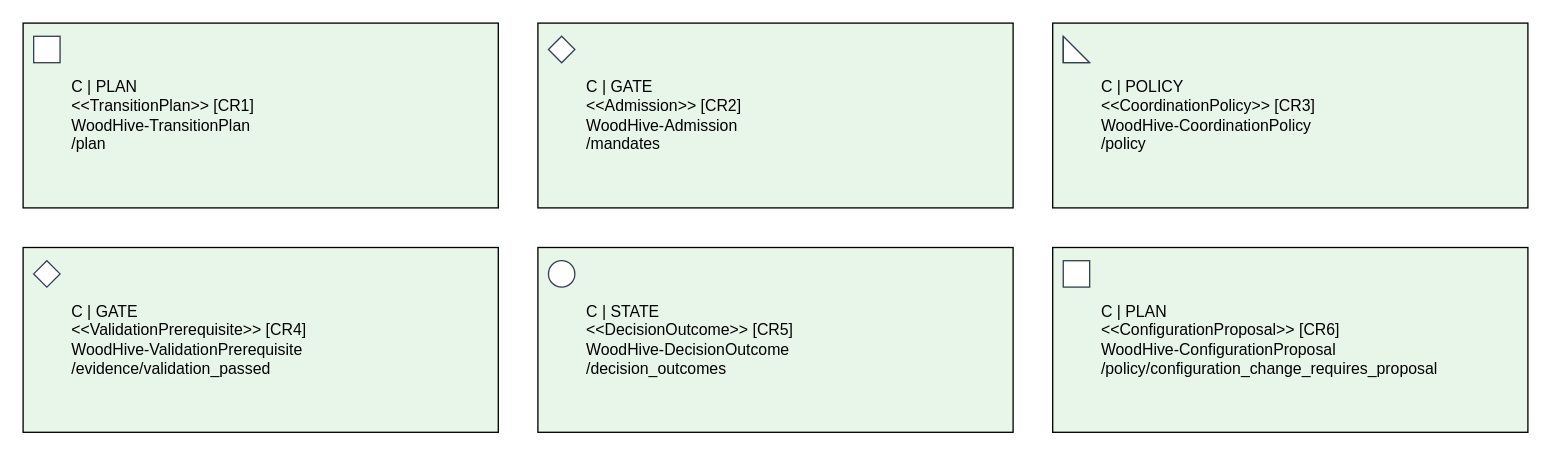
Earlier version of the draw.io diagram reproducibility/paper-b/models/extended-views/Coordination.drawio (alexbafana/MKM-POL21-2025). Source tidied: cells renumbered, new cells numbered last; positions are measured from the earlier drawing's top-left corner, leaving out a move shared by most shapes. Both pictures are drawn from the tidied source at 132%, with x=0, y=0 at pixel (22, 22).
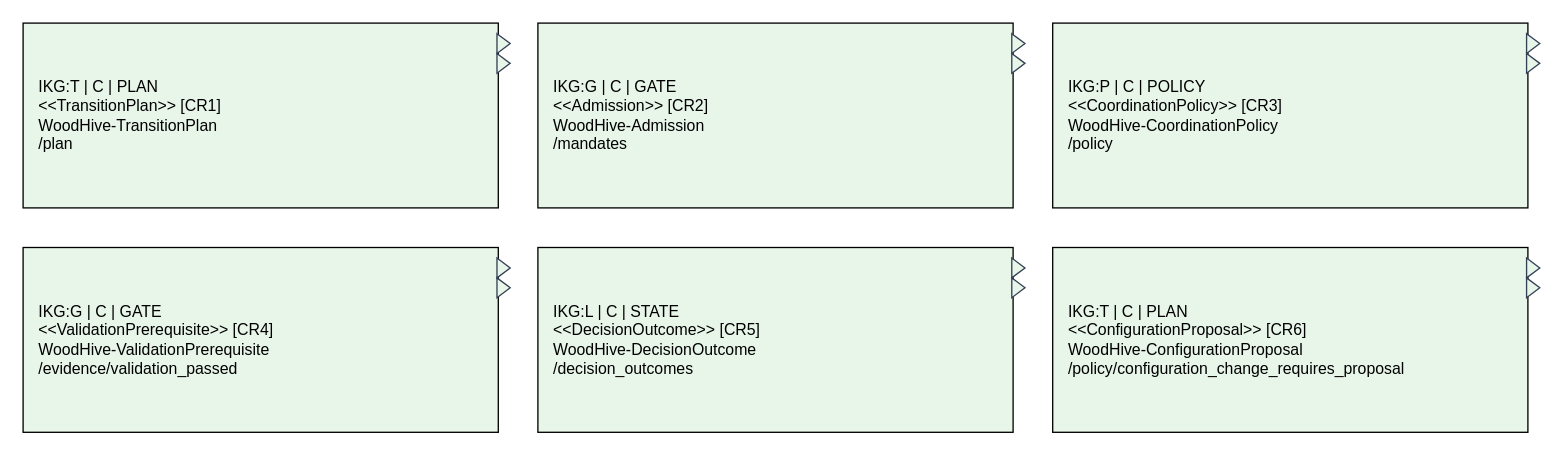
After the change.

Diff of the diagram source:
```diff
@@
 <mxGraphModel>
   <root>
     <mxCell id="0" />
     <mxCell id="1" parent="0" />
-    <mxCell id="2" value="C | PLAN&#10;&lt;&lt;TransitionPlan&gt;&gt; [CR1]&#10;WoodHive-TransitionPlan&#10;/plan" style="rounded=0;whiteSpace=wrap;html=0;align=left;spacingLeft=35;fillColor=#e8f5e9;" parent="1" vertex="1">
+    <mxCell id="2" value="IKG:T | C | PLAN&#10;&lt;&lt;TransitionPlan&gt;&gt; [CR1]&#10;WoodHive-TransitionPlan&#10;/plan" style="rounded=0;whiteSpace=wrap;html=0;align=left;spacingLeft=10;fillColor=#e8f5e9;" parent="1" vertex="1">
       <mxGeometry width="360" height="140" as="geometry" />
     </mxCell>
-    <mxCell id="3" style="shape=rectangle;fillColor=#ffffff;strokeColor=#334155;" parent="2" vertex="1">
-      <mxGeometry x="8" y="10" width="20" height="20" as="geometry" />
-    </mxCell>
+    <mxCell id="14" style="shape=triangle;direction=east;fillColor=#e8f5e9;strokeColor=#334155;" parent="2" vertex="1">
+      <mxGeometry x="359" y="8" width="10" height="15" as="geometry" />
+    </mxCell>
+    <mxCell id="15" style="shape=triangle;direction=east;fillColor=#e8f5e9;strokeColor=#334155;" parent="2" vertex="1">
+      <mxGeometry x="359" y="23" width="10" height="15" as="geometry" />
+    </mxCell>
-    <mxCell id="4" value="C | GATE&#10;&lt;&lt;Admission&gt;&gt; [CR2]&#10;WoodHive-Admission&#10;/mandates" style="rounded=0;whiteSpace=wrap;html=0;align=left;spacingLeft=35;fillColor=#e8f5e9;" parent="1" vertex="1">
+    <mxCell id="4" value="IKG:G | C | GATE&#10;&lt;&lt;Admission&gt;&gt; [CR2]&#10;WoodHive-Admission&#10;/mandates" style="rounded=0;whiteSpace=wrap;html=0;align=left;spacingLeft=10;fillColor=#e8f5e9;" parent="1" vertex="1">
       <mxGeometry x="390" width="360" height="140" as="geometry" />
     </mxCell>
-    <mxCell id="5" style="shape=rhombus;fillColor=#ffffff;strokeColor=#334155;" parent="4" vertex="1">
-      <mxGeometry x="8" y="10" width="20" height="20" as="geometry" />
-    </mxCell>
+    <mxCell id="16" style="shape=triangle;direction=east;fillColor=#e8f5e9;strokeColor=#334155;" parent="4" vertex="1">
+      <mxGeometry x="359" y="8" width="10" height="15" as="geometry" />
+    </mxCell>
+    <mxCell id="17" style="shape=triangle;direction=east;fillColor=#e8f5e9;strokeColor=#334155;" parent="4" vertex="1">
+      <mxGeometry x="359" y="23" width="10" height="15" as="geometry" />
+    </mxCell>
-    <mxCell id="6" value="C | POLICY&#10;&lt;&lt;CoordinationPolicy&gt;&gt; [CR3]&#10;WoodHive-CoordinationPolicy&#10;/policy" style="rounded=0;whiteSpace=wrap;html=0;align=left;spacingLeft=35;fillColor=#e8f5e9;" parent="1" vertex="1">
+    <mxCell id="6" value="IKG:P | C | POLICY&#10;&lt;&lt;CoordinationPolicy&gt;&gt; [CR3]&#10;WoodHive-CoordinationPolicy&#10;/policy" style="rounded=0;whiteSpace=wrap;html=0;align=left;spacingLeft=10;fillColor=#e8f5e9;" parent="1" vertex="1">
       <mxGeometry x="780" width="360" height="140" as="geometry" />
     </mxCell>
-    <mxCell id="7" style="shape=note;fillColor=#ffffff;strokeColor=#334155;" parent="6" vertex="1">
-      <mxGeometry x="8" y="10" width="20" height="20" as="geometry" />
-    </mxCell>
+    <mxCell id="18" style="shape=triangle;direction=east;fillColor=#e8f5e9;strokeColor=#334155;" parent="6" vertex="1">
+      <mxGeometry x="359" y="8" width="10" height="15" as="geometry" />
+    </mxCell>
+    <mxCell id="19" style="shape=triangle;direction=east;fillColor=#e8f5e9;strokeColor=#334155;" parent="6" vertex="1">
+      <mxGeometry x="359" y="23" width="10" height="15" as="geometry" />
+    </mxCell>
-    <mxCell id="8" value="C | GATE&#10;&lt;&lt;ValidationPrerequisite&gt;&gt; [CR4]&#10;WoodHive-ValidationPrerequisite&#10;/evidence/validation_passed" style="rounded=0;whiteSpace=wrap;html=0;align=left;spacingLeft=35;fillColor=#e8f5e9;" parent="1" vertex="1">
+    <mxCell id="8" value="IKG:G | C | GATE&#10;&lt;&lt;ValidationPrerequisite&gt;&gt; [CR4]&#10;WoodHive-ValidationPrerequisite&#10;/evidence/validation_passed" style="rounded=0;whiteSpace=wrap;html=0;align=left;spacingLeft=10;fillColor=#e8f5e9;" parent="1" vertex="1">
       <mxGeometry y="170" width="360" height="140" as="geometry" />
     </mxCell>
-    <mxCell id="9" style="shape=rhombus;fillColor=#ffffff;strokeColor=#334155;" parent="8" vertex="1">
-      <mxGeometry x="8" y="10" width="20" height="20" as="geometry" />
-    </mxCell>
+    <mxCell id="20" style="shape=triangle;direction=east;fillColor=#e8f5e9;strokeColor=#334155;" parent="8" vertex="1">
+      <mxGeometry x="359" y="8" width="10" height="15" as="geometry" />
+    </mxCell>
+    <mxCell id="21" style="shape=triangle;direction=east;fillColor=#e8f5e9;strokeColor=#334155;" parent="8" vertex="1">
+      <mxGeometry x="359" y="23" width="10" height="15" as="geometry" />
+    </mxCell>
-    <mxCell id="10" value="C | STATE&#10;&lt;&lt;DecisionOutcome&gt;&gt; [CR5]&#10;WoodHive-DecisionOutcome&#10;/decision_outcomes" style="rounded=0;whiteSpace=wrap;html=0;align=left;spacingLeft=35;fillColor=#e8f5e9;" parent="1" vertex="1">
+    <mxCell id="10" value="IKG:L | C | STATE&#10;&lt;&lt;DecisionOutcome&gt;&gt; [CR5]&#10;WoodHive-DecisionOutcome&#10;/decision_outcomes" style="rounded=0;whiteSpace=wrap;html=0;align=left;spacingLeft=10;fillColor=#e8f5e9;" parent="1" vertex="1">
       <mxGeometry x="390" y="170" width="360" height="140" as="geometry" />
     </mxCell>
-    <mxCell id="11" style="shape=ellipse;fillColor=#ffffff;strokeColor=#334155;" parent="10" vertex="1">
-      <mxGeometry x="8" y="10" width="20" height="20" as="geometry" />
-    </mxCell>
+    <mxCell id="22" style="shape=triangle;direction=east;fillColor=#e8f5e9;strokeColor=#334155;" parent="10" vertex="1">
+      <mxGeometry x="359" y="8" width="10" height="15" as="geometry" />
+    </mxCell>
+    <mxCell id="23" style="shape=triangle;direction=east;fillColor=#e8f5e9;strokeColor=#334155;" parent="10" vertex="1">
+      <mxGeometry x="359" y="23" width="10" height="15" as="geometry" />
+    </mxCell>
-    <mxCell id="12" value="C | PLAN&#10;&lt;&lt;ConfigurationProposal&gt;&gt; [CR6]&#10;WoodHive-ConfigurationProposal&#10;/policy/configuration_change_requires_proposal" style="rounded=0;whiteSpace=wrap;html=0;align=left;spacingLeft=35;fillColor=#e8f5e9;" parent="1" vertex="1">
+    <mxCell id="12" value="IKG:T | C | PLAN&#10;&lt;&lt;ConfigurationProposal&gt;&gt; [CR6]&#10;WoodHive-ConfigurationProposal&#10;/policy/configuration_change_requires_proposal" style="rounded=0;whiteSpace=wrap;html=0;align=left;spacingLeft=10;fillColor=#e8f5e9;" parent="1" vertex="1">
       <mxGeometry x="780" y="170" width="360" height="140" as="geometry" />
     </mxCell>
-    <mxCell id="13" style="shape=rectangle;fillColor=#ffffff;strokeColor=#334155;" parent="12" vertex="1">
-      <mxGeometry x="8" y="10" width="20" height="20" as="geometry" />
-    </mxCell>
+    <mxCell id="24" style="shape=triangle;direction=east;fillColor=#e8f5e9;strokeColor=#334155;" parent="12" vertex="1">
+      <mxGeometry x="359" y="8" width="10" height="15" as="geometry" />
+    </mxCell>
+    <mxCell id="25" style="shape=triangle;direction=east;fillColor=#e8f5e9;strokeColor=#334155;" parent="12" vertex="1">
+      <mxGeometry x="359" y="23" width="10" height="15" as="geometry" />
+    </mxCell>
   </root>
 </mxGraphModel>
```
